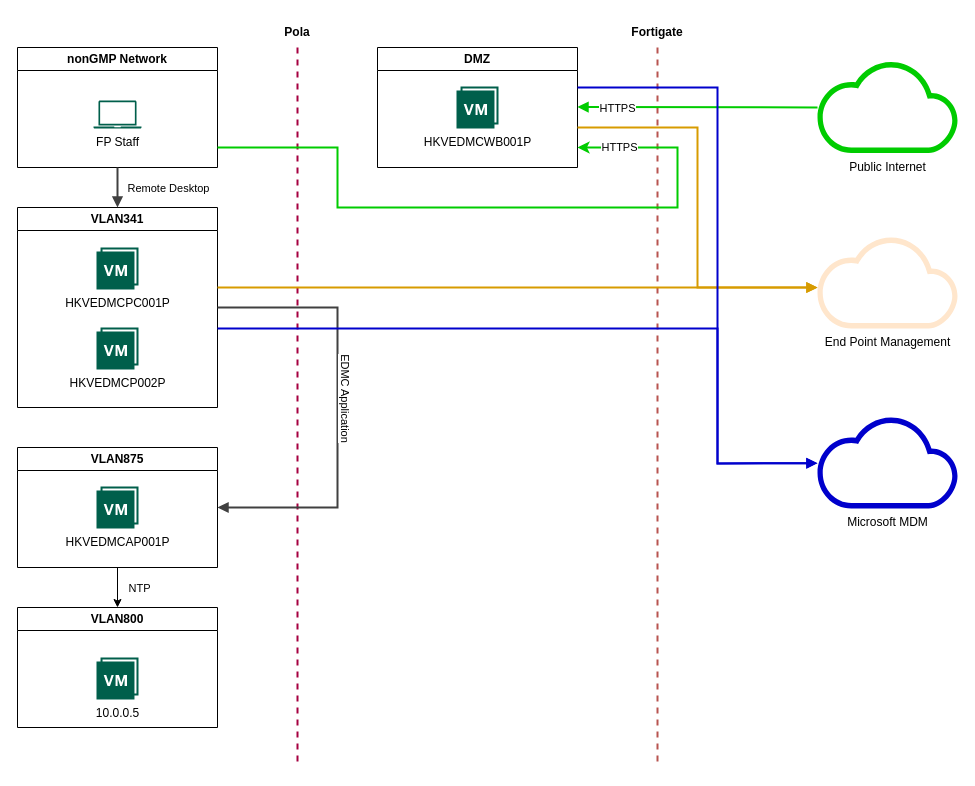
This is EDMC.drawio from rwo001/FP, a draw.io file, before an edit. Source tidied: cells renumbered, new cells numbered last; positions are measured from the earlier drawing's top-left corner, leaving out a move shared by most shapes. Both pictures are drawn from the tidied source at 100%, with x=0, y=0 at pixel (17, 17).
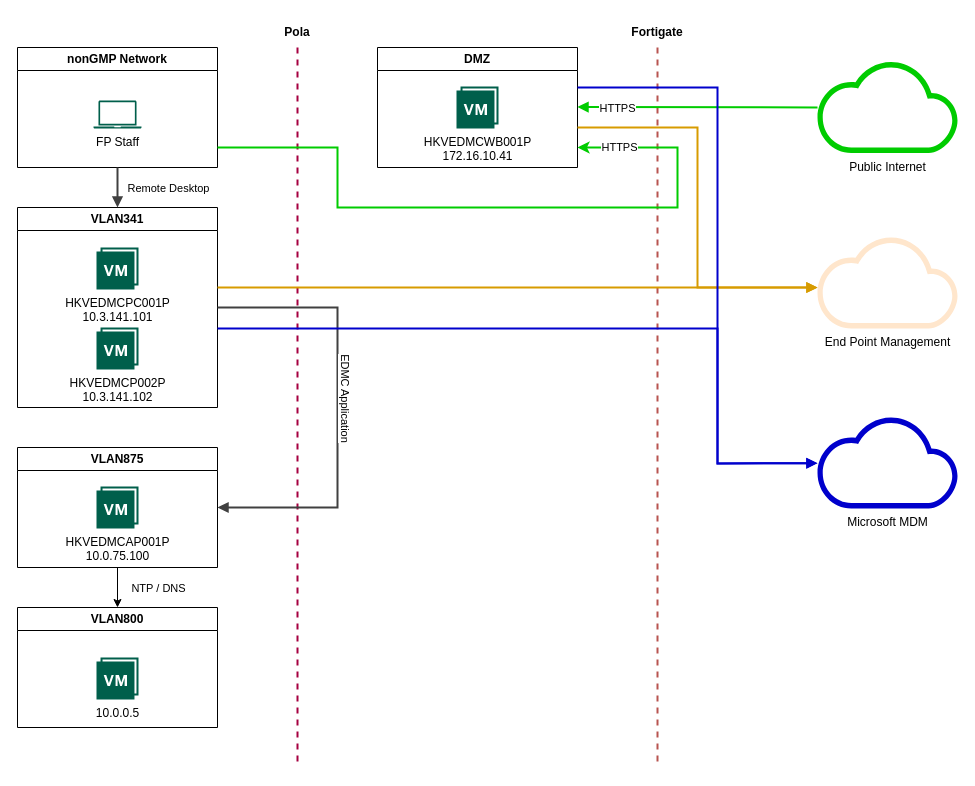
Above is the later version.

Unchanged cells that the change refers to:
```xml
<mxCell id="2" value="VLAN875" style="swimlane;whiteSpace=wrap;html=1;" parent="1" vertex="1">
  <mxGeometry y="430" width="200" height="120" as="geometry" />
</mxCell>
<mxCell id="4" value="VLAN341" style="swimlane;whiteSpace=wrap;html=1;" parent="1" vertex="1">
  <mxGeometry y="190" width="200" height="200" as="geometry" />
</mxCell>
<mxCell id="7" value="DMZ" style="swimlane;whiteSpace=wrap;html=1;" parent="1" vertex="1">
  <mxGeometry x="360" y="30" width="200" height="120" as="geometry" />
</mxCell>
<mxCell id="32" style="endArrow=classic;html=1;rounded=0;exitX=0.5;exitY=1;exitDx=0;exitDy=0;entryX=0.5;entryY=0;entryDx=0;entryDy=0;" parent="1" edge="1" source="2" target="30">
  <mxGeometry relative="1" as="geometry" />
</mxCell>
```

Diff of the diagram source:
```diff
@@
-    <mxCell id="3" value="HKVEDMCAP001P" style="sketch=0;shadow=0;dashed=0;html=1;strokeColor=none;fillColor=#005F4B;labelPosition=center;verticalLabelPosition=bottom;verticalAlign=top;align=center;shape=mxgraph.veeam2.vm_with_a_snapshot;" parent="2" vertex="1">
+    <mxCell id="3" value="HKVEDMCAP001P&lt;div&gt;10.0.75.100&lt;/div&gt;" style="sketch=0;shadow=0;dashed=0;html=1;strokeColor=none;fillColor=#005F4B;labelPosition=center;verticalLabelPosition=bottom;verticalAlign=top;align=center;shape=mxgraph.veeam2.vm_with_a_snapshot;" parent="2" vertex="1">
       <mxGeometry x="79" y="39" width="42" height="42" as="geometry" />
     </mxCell>
@@
-    <mxCell id="5" value="HKVEDMCPC001P" style="sketch=0;shadow=0;dashed=0;html=1;strokeColor=none;fillColor=#005F4B;labelPosition=center;verticalLabelPosition=bottom;verticalAlign=top;align=center;shape=mxgraph.veeam2.vm_with_a_snapshot;" parent="4" vertex="1">
+    <mxCell id="5" value="HKVEDMCPC001P&lt;div&gt;10.3.141.101&lt;/div&gt;" style="sketch=0;shadow=0;dashed=0;html=1;strokeColor=none;fillColor=#005F4B;labelPosition=center;verticalLabelPosition=bottom;verticalAlign=top;align=center;shape=mxgraph.veeam2.vm_with_a_snapshot;" parent="4" vertex="1">
       <mxGeometry x="79" y="40" width="42" height="42" as="geometry" />
     </mxCell>
-    <mxCell id="6" value="HKVEDMCP002P" style="sketch=0;shadow=0;dashed=0;html=1;strokeColor=none;fillColor=#005F4B;labelPosition=center;verticalLabelPosition=bottom;verticalAlign=top;align=center;shape=mxgraph.veeam2.vm_with_a_snapshot;" parent="4" vertex="1">
+    <mxCell id="6" value="HKVEDMCP002P&lt;div&gt;10.3.141.102&lt;/div&gt;" style="sketch=0;shadow=0;dashed=0;html=1;strokeColor=none;fillColor=#005F4B;labelPosition=center;verticalLabelPosition=bottom;verticalAlign=top;align=center;shape=mxgraph.veeam2.vm_with_a_snapshot;" parent="4" vertex="1">
       <mxGeometry x="79" y="120" width="42" height="42" as="geometry" />
     </mxCell>
@@
-    <mxCell id="8" value="HKVEDMCWB001P" style="sketch=0;shadow=0;dashed=0;html=1;strokeColor=none;fillColor=#005F4B;labelPosition=center;verticalLabelPosition=bottom;verticalAlign=top;align=center;shape=mxgraph.veeam2.vm_with_a_snapshot;" parent="7" vertex="1">
+    <mxCell id="8" value="HKVEDMCWB001P&lt;div&gt;172.16.10.41&lt;/div&gt;" style="sketch=0;shadow=0;dashed=0;html=1;strokeColor=none;fillColor=#005F4B;labelPosition=center;verticalLabelPosition=bottom;verticalAlign=top;align=center;shape=mxgraph.veeam2.vm_with_a_snapshot;" parent="7" vertex="1">
       <mxGeometry x="79" y="39" width="42" height="42" as="geometry" />
     </mxCell>
@@
-    <mxCell id="33" value="NTP" style="edgeLabel;html=1;align=center;verticalAlign=middle;" parent="32" vertex="1">
+    <mxCell id="33" value="NTP / DNS" style="edgeLabel;html=1;align=center;verticalAlign=middle;" parent="32" vertex="1">
       <mxGeometry x="-0.25" y="-2" relative="1" as="geometry">
-        <mxPoint x="23" y="5" as="offset" />
+        <mxPoint x="42" y="5" as="offset" />
       </mxGeometry>
     </mxCell>
```
